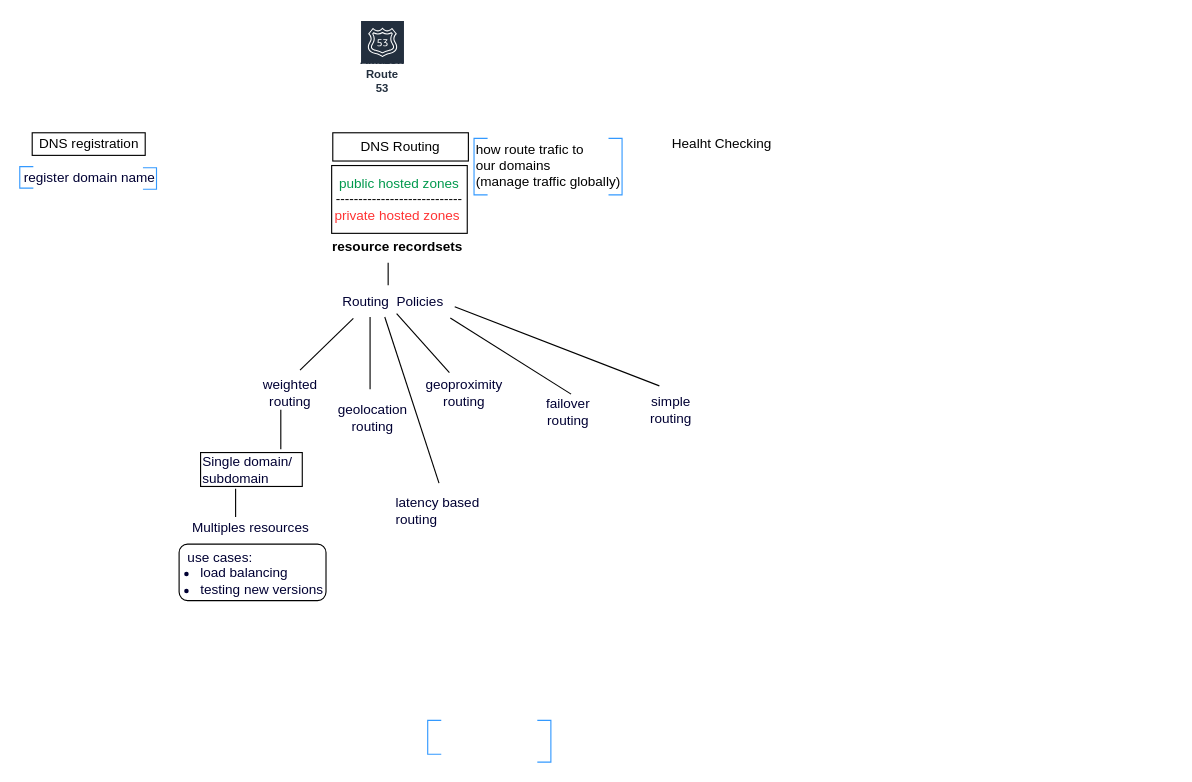
ldipotetjob/AWS keeps this draw.io diagram as certification/noserverless/contentdelivery/route53.drawio. Above is the earlier version. Source tidied: cells renumbered, new cells numbered last; positions are measured from the earlier drawing's top-left corner, leaving out a move shared by most shapes. Both pictures are drawn from the tidied source at 113%, with x=0, y=0 at pixel (19, 19).
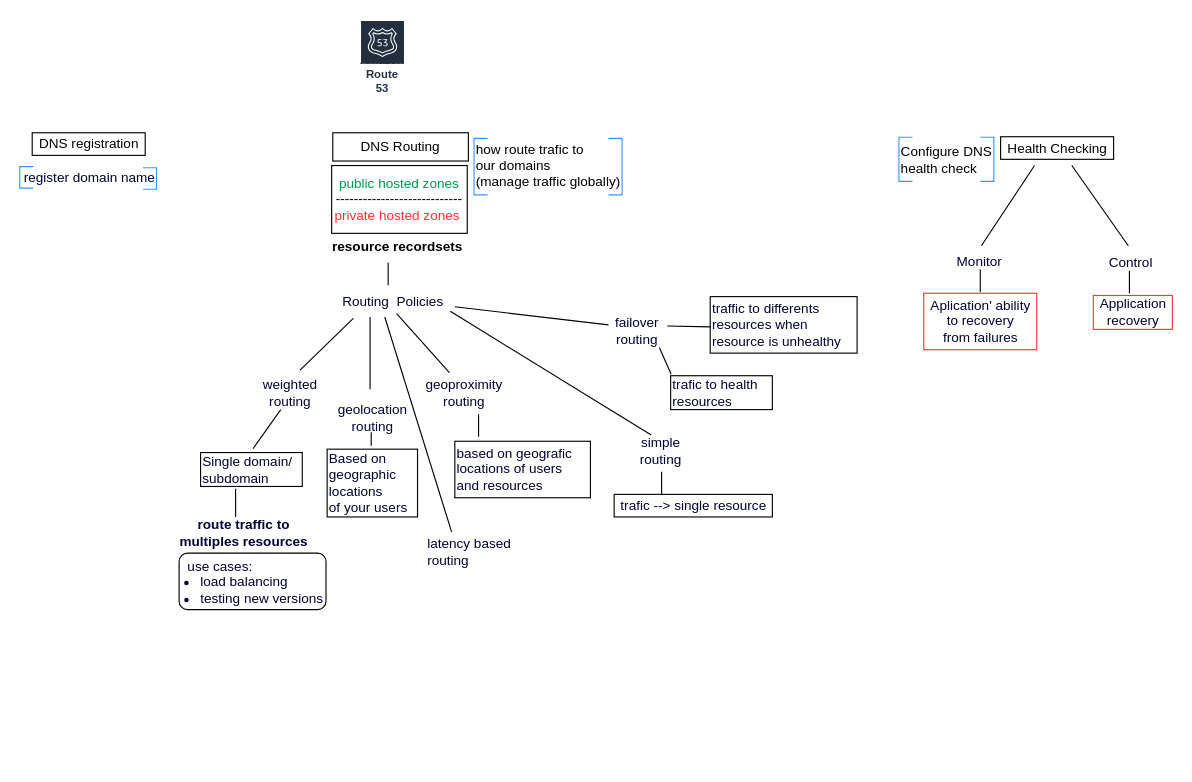
The same diagram, later.

The change refers to these unchanged cells:
```xml
<mxCell id="16" value="Routing&amp;nbsp; Policies" style="text;html=1;align=center;verticalAlign=middle;points=[];strokeColor=none;fillColor=none;fontColor=#000033;" parent="1" vertex="1">
  <mxGeometry x="280" y="240" width="100" height="20" as="geometry" />
</mxCell>
<mxCell id="31" value="Single domain/&lt;br&gt;subdomain" style="text;html=1;align=left;verticalAlign=middle;points=[];strokeColor=default;fillColor=none;fontColor=#000033;" parent="1" vertex="1">
  <mxGeometry x="160" y="383" width="90" height="30" as="geometry" />
</mxCell>
```

What changed in the source:
```diff
@@
-    <mxCell id="4" value="Healht Checking" style="text;html=1;align=center;verticalAlign=middle;strokeColor=none;fillColor=none;" parent="1" vertex="1">
-      <mxGeometry x="571" y="100" width="100" height="20" as="geometry" />
+    <mxCell id="4" value="Health Checking" style="text;html=1;align=center;verticalAlign=middle;strokeColor=default;fillColor=none;" parent="1" vertex="1">
+      <mxGeometry x="868" y="103.5" width="100" height="20" as="geometry" />
     </mxCell>
@@
-    <mxCell id="14" style="strokeWidth=1;html=1;shape=mxgraph.flowchart.annotation_1;align=left;fontColor=#000033;fillColor=none;strokeColor=#3399FF;" parent="1" vertex="1">
-      <mxGeometry x="361" y="620" width="12" height="30" as="geometry" />
-    </mxCell>
-    <mxCell id="15" style="strokeWidth=1;html=1;shape=mxgraph.flowchart.annotation_1;align=left;fontColor=#000033;fillColor=none;direction=west;strokeColor=#3399FF;" parent="1" vertex="1">
-      <mxGeometry x="458" y="620" width="12" height="37" as="geometry" />
-    </mxCell>
@@
     <mxCell id="18" value="latency based &lt;br&gt;routing" style="text;html=1;align=left;verticalAlign=middle;points=[];strokeColor=none;fillColor=none;fontColor=#000033;" parent="1" vertex="1">
-      <mxGeometry x="331" y="420" width="90" height="30" as="geometry" />
+      <mxGeometry x="359" y="456" width="90" height="30" as="geometry" />
     </mxCell>
@@
-    <mxCell id="24" style="endArrow=none;html=1;rounded=0;fontColor=#000033;exitX=0.558;exitY=-0.024;exitDx=0;exitDy=0;exitPerimeter=0;" parent="1" edge="1" source="25">
+    <mxCell id="24" style="endArrow=none;html=1;rounded=0;fontColor=#000033;exitX=0.336;exitY=0.018;exitDx=0;exitDy=0;exitPerimeter=0;" parent="1" edge="1" source="26">
       <mxGeometry relative="1" as="geometry">
-        <mxPoint x="381" y="264" as="targetPoint" />
+        <mxPoint x="381" y="258" as="targetPoint" />
       </mxGeometry>
     </mxCell>
     <mxCell id="25" value="failover &lt;br&gt;routing" style="text;html=1;align=center;verticalAlign=middle;points=[];strokeColor=none;fillColor=none;fontColor=#000033;" parent="1" vertex="1">
-      <mxGeometry x="460" y="332" width="50" height="30" as="geometry" />
+      <mxGeometry x="521" y="260" width="50" height="30" as="geometry" />
     </mxCell>
     <mxCell id="26" value="simple&lt;br&gt;routing" style="text;html=1;align=center;verticalAlign=middle;points=[];strokeColor=none;fillColor=none;fontColor=#000033;" parent="1" vertex="1">
-      <mxGeometry x="551" y="330" width="50" height="30" as="geometry" />
+      <mxGeometry x="542" y="367" width="50" height="30" as="geometry" />
     </mxCell>
@@
-    <mxCell id="28" style="endArrow=none;html=1;rounded=0;fontColor=#000033;exitX=0.558;exitY=-0.024;exitDx=0;exitDy=0;exitPerimeter=0;entryX=1.049;entryY=0.7;entryDx=0;entryDy=0;entryPerimeter=0;" parent="1" edge="1" target="16">
+    <mxCell id="28" style="endArrow=none;html=1;rounded=0;fontColor=#000033;entryX=1.049;entryY=0.7;entryDx=0;entryDy=0;entryPerimeter=0;" parent="1" edge="1" target="16">
       <mxGeometry relative="1" as="geometry">
-        <mxPoint x="566" y="324" as="sourcePoint" />
+        <mxPoint x="521" y="270" as="sourcePoint" />
       </mxGeometry>
     </mxCell>
-    <mxCell id="29" style="endArrow=none;html=1;rounded=0;fontColor=#000033;" parent="1" edge="1">
+    <mxCell id="29" style="endArrow=none;html=1;rounded=0;fontColor=#000033;exitX=0.258;exitY=-0.085;exitDx=0;exitDy=0;exitPerimeter=0;" parent="1" edge="1" source="18">
       <mxGeometry relative="1" as="geometry">
-        <mxPoint x="371" y="410" as="sourcePoint" />
         <mxPoint x="323" y="263" as="targetPoint" />
       </mxGeometry>
     </mxCell>
-    <mxCell id="30" style="endArrow=none;html=1;rounded=0;fontColor=#000033;" parent="1" edge="1">
+    <mxCell id="30" style="endArrow=none;html=1;rounded=0;fontColor=#000033;exitX=0.515;exitY=-0.112;exitDx=0;exitDy=0;exitPerimeter=0;" parent="1" edge="1" source="31">
       <mxGeometry relative="1" as="geometry">
-        <mxPoint x="231" y="380" as="sourcePoint" />
         <mxPoint x="231" y="345" as="targetPoint" />
       </mxGeometry>
     </mxCell>
@@
-    <mxCell id="33" value="Multiples resources" style="text;html=1;align=center;verticalAlign=middle;strokeColor=none;fillColor=none;fontColor=#000033;" parent="1" vertex="1">
-      <mxGeometry x="144" y="440" width="120" height="20" as="geometry" />
+    <mxCell id="33" value="route traffic to &lt;br&gt;multiples resources" style="text;html=1;align=center;verticalAlign=middle;strokeColor=none;fillColor=none;fontColor=#000033;fontStyle=1;" parent="1" vertex="1">
+      <mxGeometry x="133" y="439" width="130" height="30" as="geometry" />
     </mxCell>
     <mxCell id="34" style="rounded=1;whiteSpace=wrap;html=1;fontColor=#000033;strokeColor=default;" parent="1" vertex="1">
-      <mxGeometry x="141" y="464" width="130" height="50" as="geometry" />
+      <mxGeometry x="141" y="472" width="130" height="50" as="geometry" />
     </mxCell>
     <mxCell id="35" value="&lt;div style=&quot;text-align: left;&quot;&gt;&lt;ul&gt;&lt;li&gt;&lt;span style=&quot;background-color: initial;&quot;&gt;load balancing&lt;/span&gt;&lt;/li&gt;&lt;li&gt;&lt;span style=&quot;background-color: initial;&quot;&gt;testing new versions&lt;/span&gt;&lt;/li&gt;&lt;/ul&gt;&lt;/div&gt;" style="text;html=1;align=center;verticalAlign=middle;strokeColor=none;fillColor=none;fontColor=#000033;" parent="1" vertex="1">
-      <mxGeometry x="114" y="467" width="160" height="60" as="geometry" />
+      <mxGeometry x="114" y="475" width="160" height="60" as="geometry" />
     </mxCell>
     <mxCell id="36" value="use cases:" style="text;html=1;align=center;verticalAlign=middle;strokeColor=none;fillColor=none;fontColor=#000033;" parent="1" vertex="1">
-      <mxGeometry x="142" y="466" width="70" height="20" as="geometry" />
+      <mxGeometry x="142" y="474" width="70" height="20" as="geometry" />
     </mxCell>
+    <mxCell id="37" value="Based on &lt;br&gt;geographic&amp;nbsp;&lt;br&gt;locations &lt;br&gt;of your users" style="text;html=1;align=left;verticalAlign=middle;strokeColor=default;fillColor=none;fontColor=#000033;" parent="1" vertex="1">
+      <mxGeometry x="272" y="380" width="80" height="60" as="geometry" />
+    </mxCell>
+    <mxCell id="38" style="endArrow=none;html=1;rounded=0;fontColor=#000033;" parent="1" edge="1">
+      <mxGeometry relative="1" as="geometry">
+        <mxPoint x="311" y="377" as="sourcePoint" />
+        <mxPoint x="311" y="365" as="targetPoint" />
+      </mxGeometry>
+    </mxCell>
+    <mxCell id="39" value="based on geografic &lt;br&gt;locations of users &lt;br&gt;and resources&amp;nbsp;" style="text;html=1;align=left;verticalAlign=middle;strokeColor=default;fillColor=none;fontColor=#000033;" parent="1" vertex="1">
+      <mxGeometry x="385" y="373" width="120" height="50" as="geometry" />
+    </mxCell>
+    <mxCell id="40" style="endArrow=none;html=1;rounded=0;fontColor=#000033;" parent="1" edge="1">
+      <mxGeometry relative="1" as="geometry">
+        <mxPoint x="406" y="369" as="sourcePoint" />
+        <mxPoint x="406" y="349" as="targetPoint" />
+      </mxGeometry>
+    </mxCell>
+    <mxCell id="41" value="trafic --&amp;gt; single resource" style="text;html=1;align=center;verticalAlign=middle;strokeColor=default;fillColor=none;fontColor=#000033;" parent="1" vertex="1">
+      <mxGeometry x="526" y="420" width="140" height="20" as="geometry" />
+    </mxCell>
+    <mxCell id="42" style="endArrow=none;html=1;rounded=0;fontColor=#000033;" parent="1" edge="1">
+      <mxGeometry relative="1" as="geometry">
+        <mxPoint x="568" y="420" as="sourcePoint" />
+        <mxPoint x="568" y="400" as="targetPoint" />
+      </mxGeometry>
+    </mxCell>
+    <mxCell id="43" value="trafic to health&lt;br&gt;resources" style="text;html=1;align=left;verticalAlign=middle;strokeColor=default;fillColor=none;fontColor=#000033;" parent="1" vertex="1">
+      <mxGeometry x="576" y="315" width="90" height="30" as="geometry" />
+    </mxCell>
+    <mxCell id="44" value="traffic to differents &lt;br&gt;resources when &lt;br&gt;resource is unhealthy" style="text;html=1;align=left;verticalAlign=middle;points=[];strokeColor=default;fillColor=none;fontColor=#000033;" parent="1" vertex="1">
+      <mxGeometry x="611" y="245" width="130" height="50" as="geometry" />
+    </mxCell>
+    <mxCell id="45" style="endArrow=none;html=1;rounded=0;fontColor=#000033;exitX=0.003;exitY=0.535;exitDx=0;exitDy=0;exitPerimeter=0;" parent="1" edge="1" source="44">
+      <mxGeometry relative="1" as="geometry">
+        <mxPoint x="573" y="271" as="targetPoint" />
+      </mxGeometry>
+    </mxCell>
+    <mxCell id="46" style="endArrow=none;html=1;rounded=0;fontColor=#000033;exitX=-0.04;exitY=0.191;exitDx=0;exitDy=0;exitPerimeter=0;" parent="1" edge="1">
+      <mxGeometry relative="1" as="geometry">
+        <mxPoint x="576.4" y="313.7" as="sourcePoint" />
+        <mxPoint x="566" y="290" as="targetPoint" />
+      </mxGeometry>
+    </mxCell>
+    <mxCell id="47" style="strokeWidth=1;html=1;shape=mxgraph.flowchart.annotation_1;align=left;fontColor=#000033;fillColor=none;strokeColor=#3399FF;" parent="1" vertex="1">
+      <mxGeometry x="778" y="104" width="12" height="39" as="geometry" />
+    </mxCell>
+    <mxCell id="48" style="strokeWidth=1;html=1;shape=mxgraph.flowchart.annotation_1;align=left;fontColor=#000033;fillColor=none;direction=west;strokeColor=#3399FF;" parent="1" vertex="1">
+      <mxGeometry x="850" y="104" width="12" height="39" as="geometry" />
+    </mxCell>
+    <mxCell id="49" value="Configure DNS &lt;br&gt;health check" style="text;html=1;align=left;verticalAlign=middle;strokeColor=none;fillColor=none;fontSize=12;" parent="1" vertex="1">
+      <mxGeometry x="778" y="108.5" width="100" height="30" as="geometry" />
+    </mxCell>
+    <mxCell id="50" style="endArrow=none;html=1;rounded=0;fontColor=#000033;" parent="1" edge="1">
+      <mxGeometry relative="1" as="geometry">
+        <mxPoint x="851" y="200" as="sourcePoint" />
+        <mxPoint x="898" y="129" as="targetPoint" />
+      </mxGeometry>
+    </mxCell>
+    <mxCell id="51" style="endArrow=none;html=1;rounded=0;fontColor=#000033;" parent="1" edge="1">
+      <mxGeometry relative="1" as="geometry">
+        <mxPoint x="981" y="200" as="sourcePoint" />
+        <mxPoint x="931" y="129" as="targetPoint" />
+      </mxGeometry>
+    </mxCell>
+    <mxCell id="52" value="Monitor" style="text;html=1;align=center;verticalAlign=middle;strokeColor=none;fillColor=none;fontColor=#000033;" parent="1" vertex="1">
+      <mxGeometry x="819" y="204" width="60" height="20" as="geometry" />
+    </mxCell>
+    <mxCell id="53" value="Control" style="text;html=1;align=center;verticalAlign=middle;strokeColor=none;fillColor=none;fontColor=#000033;" parent="1" vertex="1">
+      <mxGeometry x="958" y="205" width="50" height="20" as="geometry" />
+    </mxCell>
+    <mxCell id="54" value="Aplication' ability&lt;br&gt;to recovery&lt;br&gt;from failures" style="text;html=1;align=center;verticalAlign=middle;strokeColor=#FF3333;fillColor=none;fontColor=#000033;" parent="1" vertex="1">
+      <mxGeometry x="800" y="242" width="100" height="50" as="geometry" />
+    </mxCell>
+    <mxCell id="55" value="Application&lt;br&gt;recovery" style="text;html=1;align=center;verticalAlign=middle;strokeColor=#FF3333;fillColor=none;fontColor=#000033;" parent="1" vertex="1">
+      <mxGeometry x="950" y="244" width="70" height="30" as="geometry" />
+    </mxCell>
+    <mxCell id="56" style="endArrow=none;html=1;rounded=0;fontColor=#000033;" parent="1" edge="1">
+      <mxGeometry relative="1" as="geometry">
+        <mxPoint x="850" y="241" as="sourcePoint" />
+        <mxPoint x="850" y="221" as="targetPoint" />
+      </mxGeometry>
+    </mxCell>
+    <mxCell id="57" style="endArrow=none;html=1;rounded=0;fontColor=#000033;" parent="1" edge="1">
+      <mxGeometry relative="1" as="geometry">
+        <mxPoint x="982" y="242" as="sourcePoint" />
+        <mxPoint x="982" y="222" as="targetPoint" />
+      </mxGeometry>
+    </mxCell>
```
